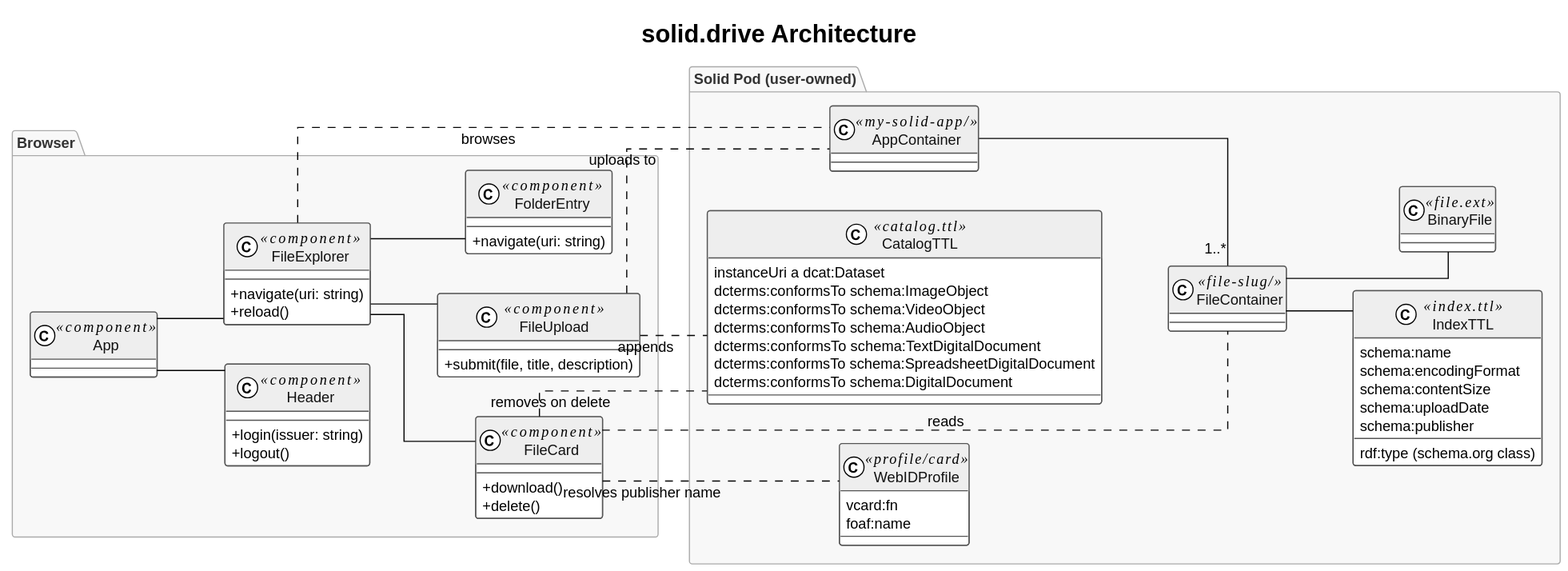
WSE-research/Solid.Drive keeps this PlantUML diagram as docs/architecture.svg. Above is the earlier version.
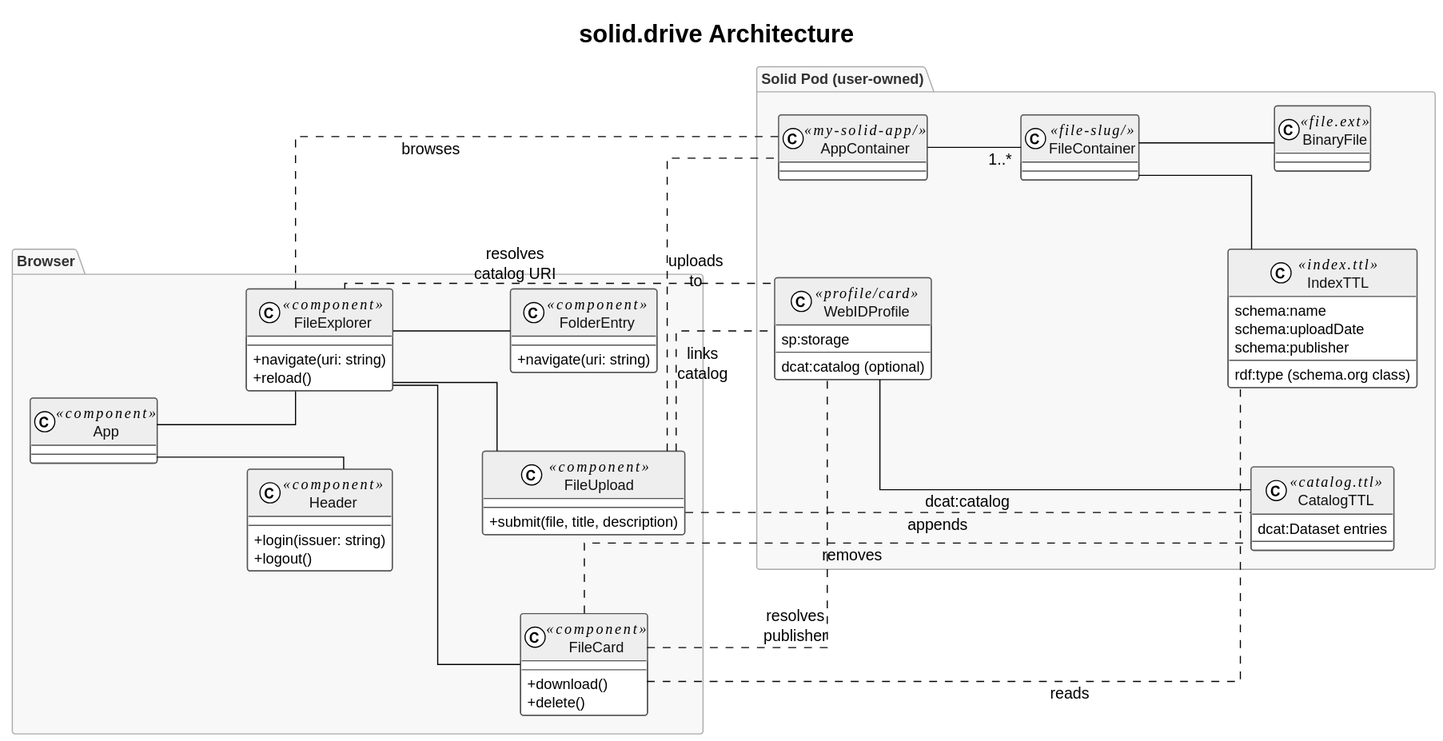
The same file after the commit.

What changed in the source:
```diff
@@ -21,6 +21,21 @@
   FontColor #333333
   FontStyle Bold
 }
+
+skinparam arrow {
+  Margin 15
+  FontSize 14
+}
+
+skinparam label {
+  BackgroundColor White
+  FontSize 14
+}
+
+skinparam nodesep 70
+skinparam ranksep 80
+
+skinparam linetype ortho
 
 left to right direction
 
@@ -61,13 +76,7 @@
 package "Solid Pod (user-owned)" {
 
   class CatalogTTL <<catalog.ttl>> {
-    instanceUri a dcat:Dataset
-    dcterms:conformsTo schema:ImageObject
-    dcterms:conformsTo schema:VideoObject
-    dcterms:conformsTo schema:AudioObject
-    dcterms:conformsTo schema:TextDigitalDocument
-    dcterms:conformsTo schema:SpreadsheetDigitalDocument
-    dcterms:conformsTo schema:DigitalDocument
+    dcat:Dataset entries
   }
 
   class AppContainer <<my-solid-app/>>
@@ -77,8 +86,6 @@
   class IndexTTL <<index.ttl>> {
     rdf:type (schema.org class)
     schema:name
-    schema:encodingFormat
-    schema:contentSize
     schema:uploadDate
     schema:publisher
   }
@@ -86,19 +93,23 @@
   class BinaryFile <<file.ext>>
 
   class WebIDProfile <<profile/card>> {
-    vcard:fn
-    foaf:name
+    sp:storage
+    dcat:catalog (optional)
   }
-
+}
   AppContainer -- "1..*" FileContainer
   FileContainer -- IndexTTL
   FileContainer -- BinaryFile
-}
+  WebIDProfile --- CatalogTTL : dcat:catalog
 
-FileUpload .. CatalogTTL   : appends
-FileUpload .. AppContainer : uploads to
-FileCard .. FileContainer  : reads
-FileCard .. CatalogTTL     : removes on delete
-FileCard .. WebIDProfile   : resolves publisher name
-FileExplorer .. AppContainer : browses
+FileUpload .. CatalogTTL        : appends
+FileUpload .. AppContainer      : uploads\nto
+FileUpload .. WebIDProfile      : links\ncatalog
+
+FileCard .. IndexTTL            : reads
+FileCard .. CatalogTTL          : removes
+FileCard .down. WebIDProfile   : resolves\npublisher
+
+FileExplorer .. AppContainer    : browses
+FileExplorer .down. WebIDProfile    : resolves\ncatalog URI
 @enduml
```
